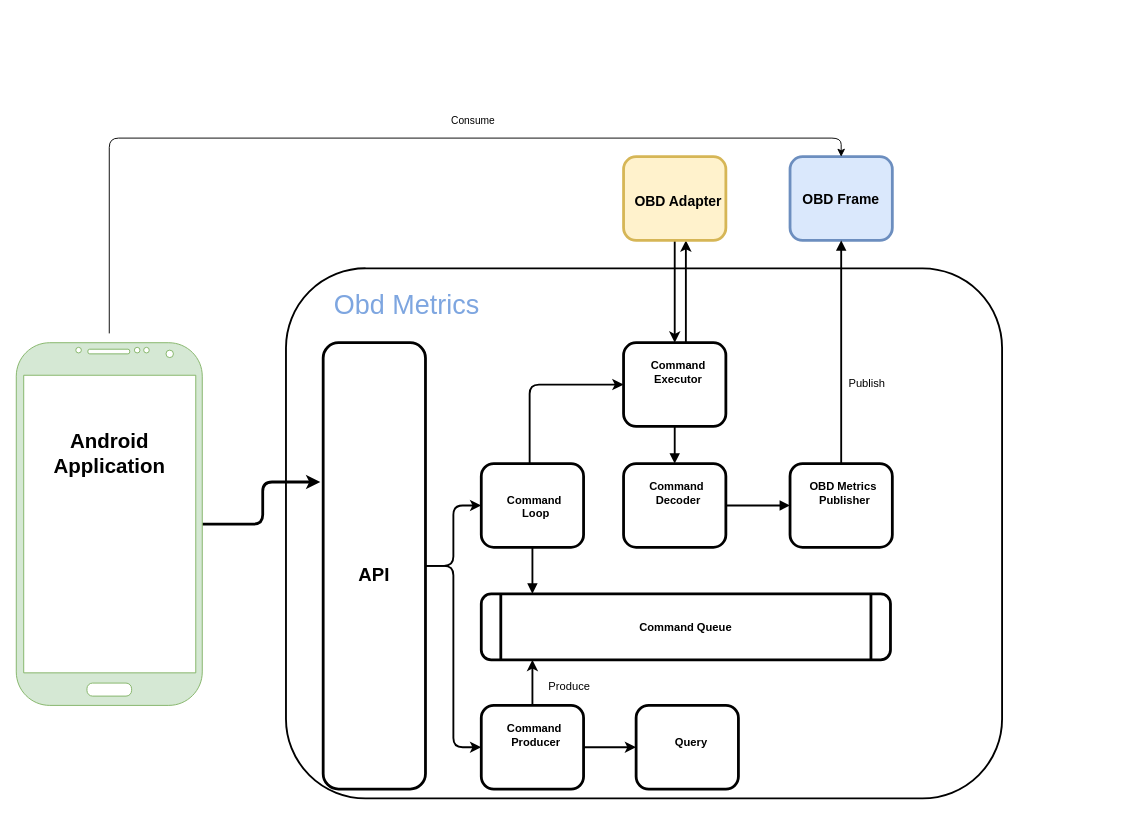
tzebrowski/ObdMetrics keeps this draw.io diagram as page "Page-1" (1 of 2) of src/main/resources/highlevel.drawio. Above is the earlier version. Source tidied: cells renumbered, new cells numbered last; positions are measured from the earlier drawing's top-left corner, leaving out a move shared by most shapes. Both pictures are drawn from the tidied source at 93%, with x=0, y=0 at pixel (16, 138).
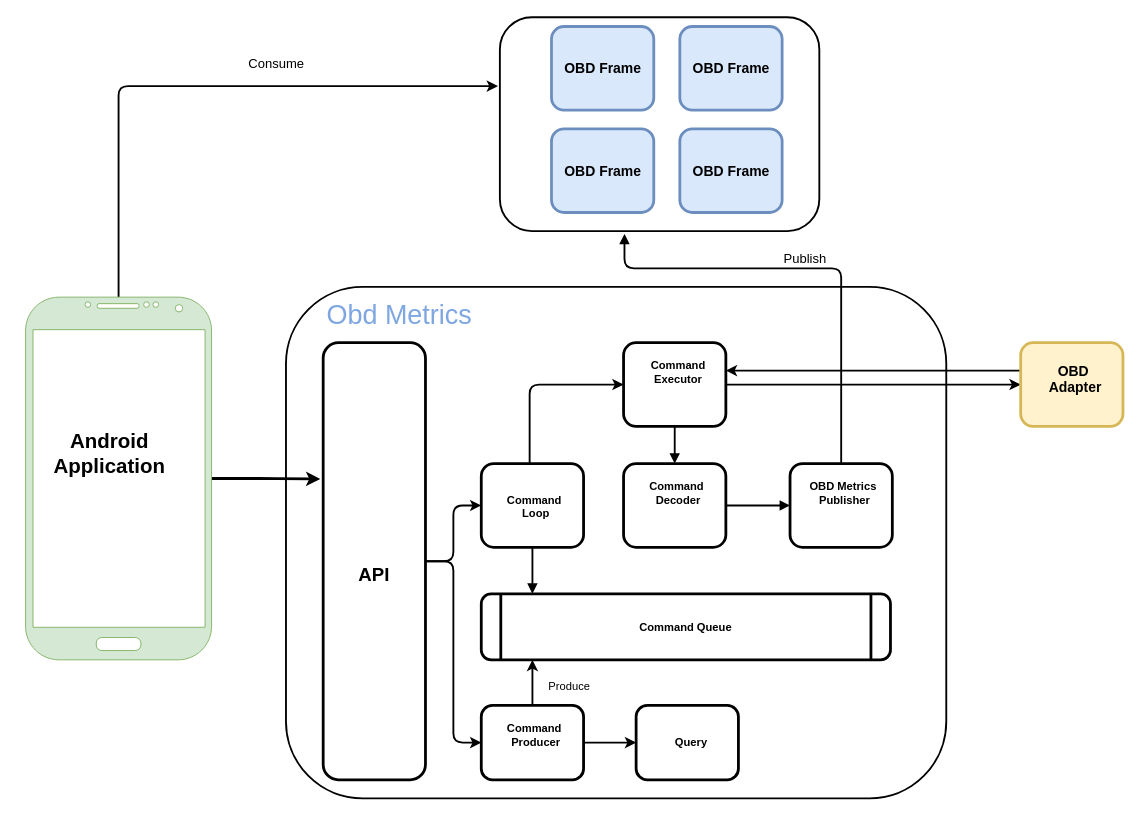
The same page after the edit.

The change refers to these unchanged cells:
```xml
<mxCell id="8" value="&lt;p style=&quot;margin: 0px ; margin-top: 4px ; text-align: center ; text-decoration: underline&quot;&gt;&lt;/p&gt;&lt;p style=&quot;margin: 0px ; margin-left: 8px&quot;&gt;&lt;br&gt;&lt;/p&gt;&lt;p style=&quot;margin: 0px ; margin-left: 8px&quot;&gt;Command&lt;br&gt;Executor&lt;/p&gt;" style="verticalAlign=middle;align=center;overflow=fill;fontSize=12;fontFamily=Helvetica;html=1;rounded=1;fontStyle=1;strokeWidth=3;" parent="1" vertex="1">
  <mxGeometry x="653" y="220" width="110" height="90" as="geometry" />
</mxCell>
<mxCell id="15" value="&lt;p style=&quot;margin: 0px ; margin-top: 4px ; text-align: center ; text-decoration: underline&quot;&gt;&lt;/p&gt;&lt;p style=&quot;margin: 0px ; margin-left: 8px&quot;&gt;&lt;br&gt;&lt;/p&gt;&lt;p style=&quot;margin: 0px ; margin-left: 8px&quot;&gt;Command&amp;nbsp;&lt;br&gt;Decoder&lt;/p&gt;" style="verticalAlign=middle;align=center;overflow=fill;fontSize=12;fontFamily=Helvetica;html=1;rounded=1;fontStyle=1;strokeWidth=3;" parent="1" vertex="1">
  <mxGeometry x="653" y="350" width="110" height="90" as="geometry" />
</mxCell>
<mxCell id="23" value="&lt;p style=&quot;margin: 0px ; margin-top: 4px ; text-align: center ; text-decoration: underline&quot;&gt;&lt;/p&gt;&lt;p style=&quot;margin: 0px ; margin-left: 8px&quot;&gt;&lt;br&gt;&lt;/p&gt;&lt;p style=&quot;margin: 0px ; margin-left: 8px&quot;&gt;OBD Metrics&amp;nbsp;&lt;br&gt;Publisher&lt;/p&gt;" style="verticalAlign=middle;align=center;overflow=fill;fontSize=12;fontFamily=Helvetica;html=1;rounded=1;fontStyle=1;strokeWidth=3;" parent="1" vertex="1">
  <mxGeometry x="832" y="350" width="110" height="90" as="geometry" />
</mxCell>
```

The edit, as a diff of the source:
```diff
@@
+    <mxCell id="32" style="rounded=1;whiteSpace=wrap;html=1;strokeWidth=2;" parent="1" vertex="1">
+      <mxGeometry x="520" y="-130" width="343.5" height="230" as="geometry" />
+    </mxCell>
     <mxCell id="2" style="rounded=1;whiteSpace=wrap;html=1;align=center;strokeWidth=2;" parent="1" vertex="1">
-      <mxGeometry x="290" y="140" width="770" height="570" as="geometry" />
+      <mxGeometry x="290" y="160" width="710" height="550" as="geometry" />
     </mxCell>
     <mxCell id="3" value="OBD Frame" style="whiteSpace=wrap;align=center;verticalAlign=middle;fontStyle=1;strokeWidth=3;fillColor=#dae8fc;strokeColor=#6c8ebf;labelBorderColor=none;labelBackgroundColor=none;rounded=1;fontSize=15;" parent="1" vertex="1">
-      <mxGeometry x="832" y="20" width="110" height="90" as="geometry" />
+      <mxGeometry x="575.5" y="-10" width="110" height="90" as="geometry" />
     </mxCell>
@@
+    <mxCell id="7" style="edgeStyle=orthogonalEdgeStyle;rounded=1;jettySize=auto;html=1;startArrow=none;startFill=0;endArrow=block;endFill=1;strokeWidth=2;" parent="1" edge="1" source="8" target="15">
+      <mxGeometry relative="1" as="geometry" />
+    </mxCell>
-    <mxCell id="6" style="edgeStyle=orthogonalEdgeStyle;rounded=1;jettySize=auto;html=1;strokeWidth=2;" parent="1" edge="1" source="8" target="17">
-      <mxGeometry relative="1" as="geometry">
-        <Array as="points">
-          <mxPoint x="720" y="170" />
-          <mxPoint x="720" y="170" />
-        </Array>
-      </mxGeometry>
+    <mxCell id="6" style="edgeStyle=orthogonalEdgeStyle;rounded=0;jettySize=auto;html=1;entryX=0;entryY=0.5;entryDx=0;entryDy=0;strokeWidth=2;" parent="1" edge="1" source="8" target="17">
+      <mxGeometry relative="1" as="geometry" />
     </mxCell>
-    <mxCell id="7" style="edgeStyle=orthogonalEdgeStyle;rounded=1;jettySize=auto;html=1;startArrow=none;startFill=0;endArrow=block;endFill=1;strokeWidth=2;" parent="1" edge="1" source="8" target="15">
-      <mxGeometry relative="1" as="geometry" />
-    </mxCell>
@@
     <mxCell id="10" value="&lt;p style=&quot;margin: 0px ; margin-top: 4px ; text-align: center ; text-decoration: underline&quot;&gt;&lt;/p&gt;&lt;p style=&quot;margin: 0px ; margin-left: 8px&quot;&gt;&lt;br&gt;&lt;/p&gt;&lt;p style=&quot;margin: 0px ; margin-left: 8px&quot;&gt;&lt;span&gt;Command&amp;nbsp;&lt;/span&gt;&lt;br&gt;&lt;/p&gt;&lt;p style=&quot;margin: 0px ; margin-left: 8px&quot;&gt;Producer&lt;/p&gt;" style="verticalAlign=middle;align=center;overflow=fill;fontSize=12;fontFamily=Helvetica;html=1;rounded=1;fontStyle=1;strokeWidth=3;" parent="1" vertex="1">
-      <mxGeometry x="500" y="610" width="110" height="90" as="geometry" />
+      <mxGeometry x="500" y="610" width="110" height="80" as="geometry" />
     </mxCell>
@@
     <mxCell id="16" style="edgeStyle=orthogonalEdgeStyle;rounded=1;jettySize=auto;html=1;startArrow=none;startFill=0;endArrow=classic;endFill=1;strokeWidth=2;fontSize=15;" parent="1" edge="1" source="17" target="8">
-      <mxGeometry relative="1" as="geometry" />
+      <mxGeometry relative="1" as="geometry">
+        <Array as="points">
+          <mxPoint x="1000" y="250" />
+          <mxPoint x="1000" y="250" />
+        </Array>
+      </mxGeometry>
     </mxCell>
-    <mxCell id="17" value="&lt;p style=&quot;margin: 0px ; margin-top: 4px ; text-align: center ; text-decoration: underline&quot;&gt;&lt;/p&gt;&lt;p style=&quot;margin: 0px 0px 0px 8px ; font-size: 15px&quot;&gt;&lt;font style=&quot;font-size: 15px&quot;&gt;&lt;br&gt;&lt;/font&gt;&lt;/p&gt;&lt;p style=&quot;margin: 0px 0px 0px 8px ; font-size: 15px&quot;&gt;&lt;font style=&quot;font-size: 15px&quot;&gt;&lt;br&gt;&lt;/font&gt;&lt;/p&gt;&lt;p style=&quot;margin: 0px 0px 0px 8px ; font-size: 15px&quot;&gt;&lt;font style=&quot;font-size: 15px&quot;&gt;OBD Adapter&lt;/font&gt;&lt;/p&gt;" style="verticalAlign=middle;align=center;overflow=fill;fontSize=12;fontFamily=Helvetica;html=1;rounded=1;fontStyle=1;strokeWidth=3;fillColor=#fff2cc;strokeColor=#d6b656;" parent="1" vertex="1">
-      <mxGeometry x="653" y="20" width="110" height="90" as="geometry" />
+    <mxCell id="17" value="&lt;p style=&quot;margin: 0px ; margin-top: 4px ; text-align: center ; text-decoration: underline&quot;&gt;&lt;/p&gt;&lt;p style=&quot;margin: 0px 0px 0px 8px ; font-size: 15px&quot;&gt;&lt;font style=&quot;font-size: 15px&quot;&gt;&lt;br&gt;&lt;/font&gt;&lt;/p&gt;&lt;p style=&quot;margin: 0px 0px 0px 8px ; font-size: 15px&quot;&gt;&lt;span&gt;OBD&amp;nbsp;&lt;/span&gt;&lt;br&gt;&lt;/p&gt;&lt;p style=&quot;margin: 0px 0px 0px 8px ; font-size: 15px&quot;&gt;&lt;font style=&quot;font-size: 15px&quot;&gt;Adapter&lt;/font&gt;&lt;/p&gt;" style="verticalAlign=middle;align=center;overflow=fill;fontSize=12;fontFamily=Helvetica;html=1;rounded=1;fontStyle=1;strokeWidth=3;fillColor=#fff2cc;strokeColor=#d6b656;" parent="1" vertex="1">
+      <mxGeometry x="1080" y="220" width="110" height="90" as="geometry" />
     </mxCell>
     <mxCell id="18" value="&lt;p style=&quot;margin: 0px ; margin-top: 4px ; text-align: center ; text-decoration: underline&quot;&gt;&lt;/p&gt;&lt;p style=&quot;margin: 0px ; margin-left: 8px&quot;&gt;&lt;br&gt;&lt;/p&gt;&lt;p style=&quot;margin: 0px ; margin-left: 8px&quot;&gt;&lt;br&gt;&lt;/p&gt;&lt;p style=&quot;margin: 0px ; margin-left: 8px&quot;&gt;Query&lt;/p&gt;" style="verticalAlign=middle;align=center;overflow=fill;fontSize=12;fontFamily=Helvetica;html=1;rounded=1;fontStyle=1;strokeWidth=3;" parent="1" vertex="1">
-      <mxGeometry x="666.5" y="610" width="110" height="90" as="geometry" />
+      <mxGeometry x="666.5" y="610" width="110" height="80" as="geometry" />
     </mxCell>
@@
     <mxCell id="21" value="&lt;p style=&quot;margin: 4px 0px 0px ; text-decoration: underline ; font-size: 15px&quot;&gt;&lt;/p&gt;&lt;br style=&quot;font-size: 15px&quot;&gt;&lt;br style=&quot;font-size: 15px&quot;&gt;&lt;br style=&quot;font-size: 15px&quot;&gt;&lt;br style=&quot;font-size: 15px&quot;&gt;&lt;br style=&quot;font-size: 15px&quot;&gt;&lt;br style=&quot;font-size: 15px&quot;&gt;&lt;br style=&quot;font-size: 15px&quot;&gt;&lt;br style=&quot;font-size: 15px&quot;&gt;&lt;br style=&quot;font-size: 15px&quot;&gt;&lt;br style=&quot;font-size: 15px&quot;&gt;&lt;br style=&quot;font-size: 15px&quot;&gt;&lt;br style=&quot;font-size: 15px&quot;&gt;&lt;br style=&quot;font-size: 15px&quot;&gt;&lt;font style=&quot;font-size: 20px&quot;&gt;API&lt;/font&gt;" style="verticalAlign=bottom;align=center;overflow=fill;fontSize=15;fontFamily=Helvetica;html=1;rounded=1;fontStyle=1;strokeWidth=3;labelPosition=center;verticalLabelPosition=middle;spacingTop=0;" parent="1" vertex="1">
-      <mxGeometry x="330" y="220" width="110" height="480" as="geometry" />
+      <mxGeometry x="330" y="220" width="110" height="470" as="geometry" />
     </mxCell>
-    <mxCell id="22" style="edgeStyle=orthogonalEdgeStyle;rounded=1;jettySize=auto;html=1;startArrow=none;startFill=0;endArrow=block;endFill=1;strokeWidth=2;fontSize=15;" parent="1" edge="1" source="23" target="3">
-      <mxGeometry relative="1" as="geometry" />
+    <mxCell id="22" style="edgeStyle=orthogonalEdgeStyle;rounded=1;jettySize=auto;html=1;startArrow=none;startFill=0;endArrow=block;endFill=1;strokeWidth=2;fontSize=15;entryX=0.39;entryY=1.013;entryDx=0;entryDy=0;entryPerimeter=0;" parent="1" edge="1" source="23" target="32">
+      <mxGeometry relative="1" as="geometry">
+        <Array as="points">
+          <mxPoint x="887" y="140" />
+          <mxPoint x="654" y="140" />
+        </Array>
+      </mxGeometry>
     </mxCell>
@@
-    <mxCell id="24" value="Publish" style="text;spacingTop=-5;align=center;" parent="1" vertex="1">
-      <mxGeometry x="900" y="255" width="30" height="20" as="geometry" />
+    <mxCell id="24" value="Publish" style="text;spacingTop=-5;align=center;fontSize=14;" parent="1" vertex="1">
+      <mxGeometry x="833.5" y="120" width="30" height="20" as="geometry" />
     </mxCell>
@@
-    <mxCell id="26" style="edgeStyle=orthogonalEdgeStyle;curved=0;rounded=1;sketch=0;jettySize=auto;html=1;entryX=0.5;entryY=0;entryDx=0;entryDy=0;" parent="1" edge="1" target="3">
-      <mxGeometry relative="1" as="geometry">
-        <mxPoint x="100" y="210" as="sourcePoint" />
-        <Array as="points">
-          <mxPoint x="100" y="210" />
-          <mxPoint x="100" />
-          <mxPoint x="887" />
-        </Array>
-      </mxGeometry>
-    </mxCell>
-    <mxCell id="27" value="Consume" style="edgeLabel;html=1;align=center;verticalAlign=middle;" parent="26" vertex="1">
-      <mxGeometry x="0.18" y="-1" relative="1" as="geometry">
-        <mxPoint y="-21" as="offset" />
-      </mxGeometry>
-    </mxCell>
@@
+    <mxCell id="33" style="edgeStyle=orthogonalEdgeStyle;rounded=1;jettySize=auto;html=1;entryX=-0.006;entryY=0.322;entryDx=0;entryDy=0;entryPerimeter=0;strokeWidth=2;shadow=0;" parent="1" edge="1" source="29" target="32">
+      <mxGeometry relative="1" as="geometry">
+        <Array as="points">
+          <mxPoint x="110" y="-56" />
+        </Array>
+      </mxGeometry>
+    </mxCell>
     <mxCell id="29" style="verticalLabelPosition=bottom;verticalAlign=top;html=1;shadow=0;dashed=0;strokeWidth=1;shape=mxgraph.android.phone2;strokeColor=#82b366;rounded=0;sketch=0;fillColor=#d5e8d4;" parent="1" vertex="1">
-      <mxGeometry y="220" width="200" height="390" as="geometry" />
+      <mxGeometry x="10" y="171" width="200" height="390" as="geometry" />
     </mxCell>
@@
     <mxCell id="31" value="&lt;h2&gt;&lt;font style=&quot;font-size: 29px ; font-weight: normal&quot; color=&quot;#7ea6e0&quot;&gt;Obd Metrics&lt;/font&gt;&lt;/h2&gt;" style="text;html=1;strokeColor=none;align=left;verticalAlign=middle;whiteSpace=wrap;rounded=0;labelBackgroundColor=none;sketch=0;fontSize=15;fontColor=#000000;strokeWidth=2;fillColor=#ffffff;gradientColor=#ffffff;" parent="1" vertex="1">
-      <mxGeometry x="340" y="170" width="188" height="20" as="geometry" />
+      <mxGeometry x="332" y="180" width="188" height="20" as="geometry" />
     </mxCell>
+    <mxCell id="34" value="OBD Frame" style="whiteSpace=wrap;align=center;verticalAlign=middle;fontStyle=1;strokeWidth=3;fillColor=#dae8fc;strokeColor=#6c8ebf;labelBorderColor=none;labelBackgroundColor=none;rounded=1;fontSize=15;" parent="1" vertex="1">
+      <mxGeometry x="713.5" y="-10" width="110" height="90" as="geometry" />
+    </mxCell>
+    <mxCell id="35" value="OBD Frame" style="whiteSpace=wrap;align=center;verticalAlign=middle;fontStyle=1;strokeWidth=3;fillColor=#dae8fc;strokeColor=#6c8ebf;labelBorderColor=none;labelBackgroundColor=none;rounded=1;fontSize=15;" parent="1" vertex="1">
+      <mxGeometry x="713.5" y="-120" width="110" height="90" as="geometry" />
+    </mxCell>
+    <mxCell id="36" value="OBD Frame" style="whiteSpace=wrap;align=center;verticalAlign=middle;fontStyle=1;strokeWidth=3;fillColor=#dae8fc;strokeColor=#6c8ebf;labelBorderColor=none;labelBackgroundColor=none;rounded=1;fontSize=15;" parent="1" vertex="1">
+      <mxGeometry x="575.5" y="-120" width="110" height="90" as="geometry" />
+    </mxCell>
+    <mxCell id="27" value="Consume" style="text;spacingTop=-5;align=center;fontSize=14;" parent="1" vertex="1">
+      <mxGeometry x="240" y="-90" width="80" height="20" as="geometry" />
+    </mxCell>
```
